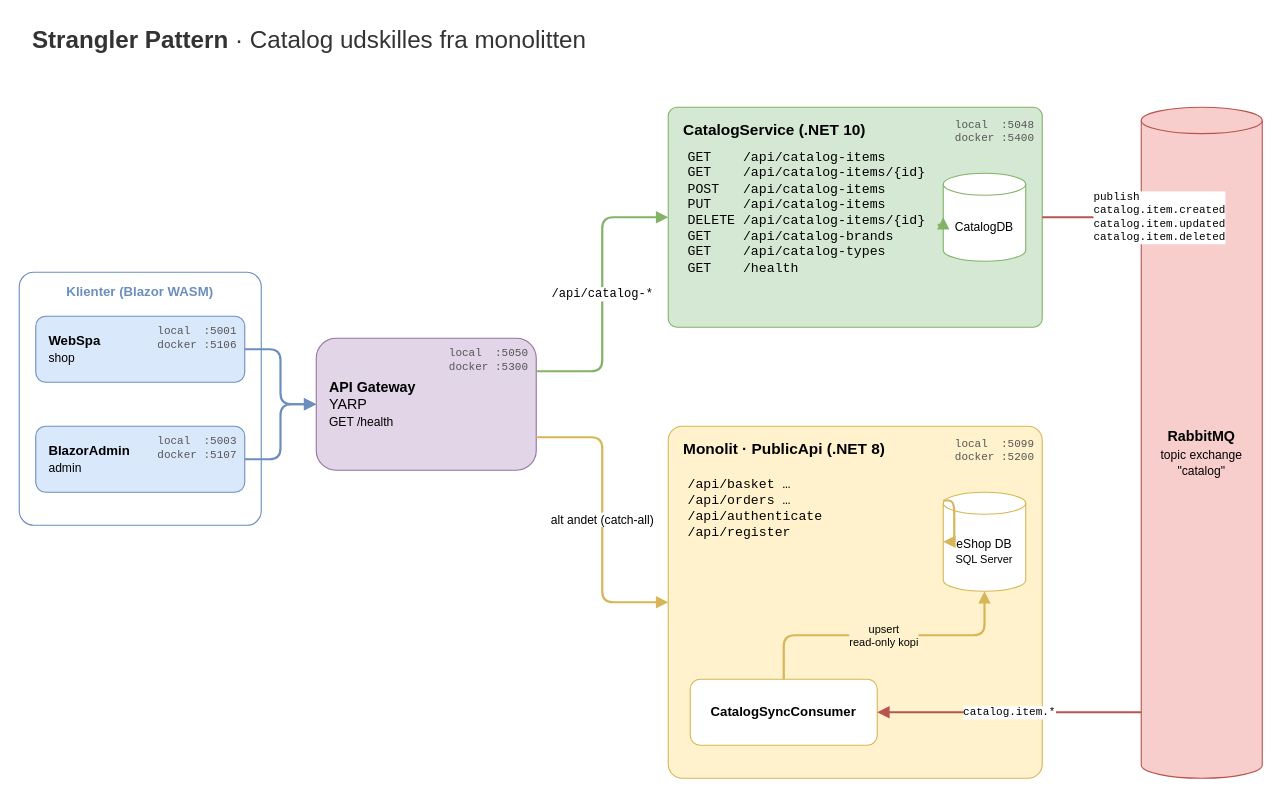
Earlier version of the draw.io diagram docs/architecture.drawio (RasmusRosengaard/eShopWebHeadless). Source tidied: cells renumbered, new cells numbered last; positions are measured from the earlier drawing's top-left corner, leaving out a move shared by most shapes. Both pictures are drawn from the tidied source at 110%, with x=0, y=0 at pixel (19, 19).
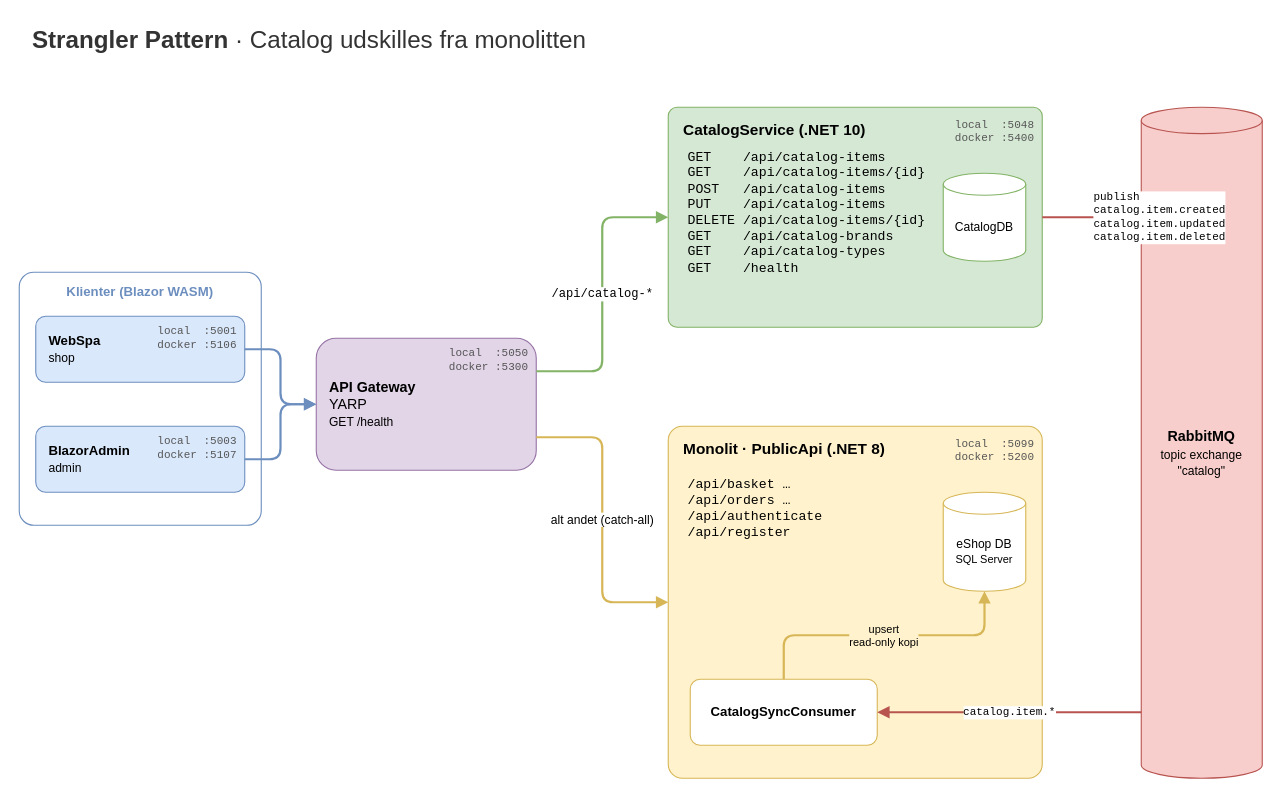
The same page after the edit.

The change refers to these unchanged cells:
```xml
<mxCell id="8" value="GET&amp;nbsp;&amp;nbsp;&amp;nbsp; /api/catalog-items&lt;br&gt;GET&amp;nbsp;&amp;nbsp;&amp;nbsp; /api/catalog-items/{id}&lt;br&gt;POST&amp;nbsp;&amp;nbsp; /api/catalog-items&lt;br&gt;PUT&amp;nbsp;&amp;nbsp;&amp;nbsp; /api/catalog-items&lt;br&gt;DELETE /api/catalog-items/{id}&lt;br&gt;GET&amp;nbsp;&amp;nbsp;&amp;nbsp; /api/catalog-brands&lt;br&gt;GET&amp;nbsp;&amp;nbsp;&amp;nbsp; /api/catalog-types&lt;br&gt;GET&amp;nbsp;&amp;nbsp;&amp;nbsp; /health" style="text;html=1;align=left;verticalAlign=top;fontFamily=Courier New;fontSize=12;spacingLeft=6;" parent="1" vertex="1">
  <mxGeometry x="600" y="112" width="235" height="150" as="geometry" />
</mxCell>
<mxCell id="9" value="CatalogDB" style="shape=cylinder3;whiteSpace=wrap;html=1;boundedLbl=1;backgroundOutline=1;size=10;fillColor=#ffffff;strokeColor=#82b366;fontSize=11;" parent="1" vertex="1">
  <mxGeometry x="840" y="140" width="75" height="80" as="geometry" />
</mxCell>
<mxCell id="11" value="/api/basket …&lt;br&gt;/api/orders …&lt;br&gt;/api/authenticate&lt;br&gt;/api/register" style="text;html=1;align=left;verticalAlign=top;fontFamily=Courier New;fontSize=12;spacingLeft=6;" parent="1" vertex="1">
  <mxGeometry x="600" y="410" width="240" height="110" as="geometry" />
</mxCell>
<mxCell id="12" value="eShop DB&lt;br&gt;&lt;font style=&quot;font-size:10px&quot;&gt;SQL Server&lt;/font&gt;" style="shape=cylinder3;whiteSpace=wrap;html=1;boundedLbl=1;backgroundOutline=1;size=10;fillColor=#ffffff;strokeColor=#d6b656;fontSize=11;" parent="1" vertex="1">
  <mxGeometry x="840" y="430" width="75" height="90" as="geometry" />
</mxCell>
```

Change to the diagram source:
```diff
@@
-    <mxCell id="19" style="edgeStyle=orthogonalEdgeStyle;rounded=1;html=1;endArrow=block;endFill=1;strokeColor=#82b366;strokeWidth=2;exitX=1;exitY=0.5;exitDx=0;exitDy=0;entryX=0;entryY=0.5;entryDx=0;entryDy=0;entryPerimeter=0;" parent="1" edge="1" source="8" target="9">
-      <mxGeometry relative="1" as="geometry" />
-    </mxCell>
-    <mxCell id="20" style="edgeStyle=orthogonalEdgeStyle;rounded=1;html=1;endArrow=block;endFill=1;strokeColor=#d6b656;strokeWidth=2;exitX=1;exitY=0.25;exitDx=0;exitDy=0;entryX=0;entryY=0.5;entryDx=0;entryDy=0;entryPerimeter=0;" parent="1" edge="1" source="11" target="12">
-      <mxGeometry relative="1" as="geometry" />
-    </mxCell>
```
